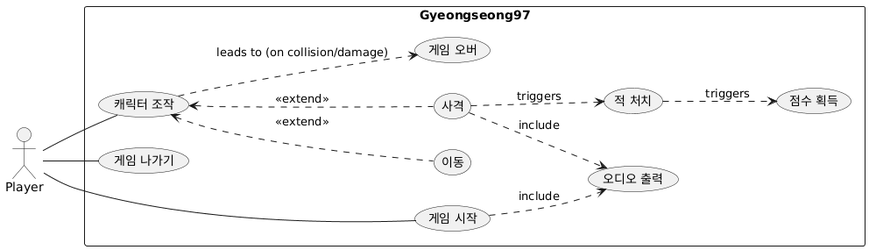
Earlier version of the PlantUML export PlantUML Use Case.png (ThunderVolt45/Gyeongseong97-develop).
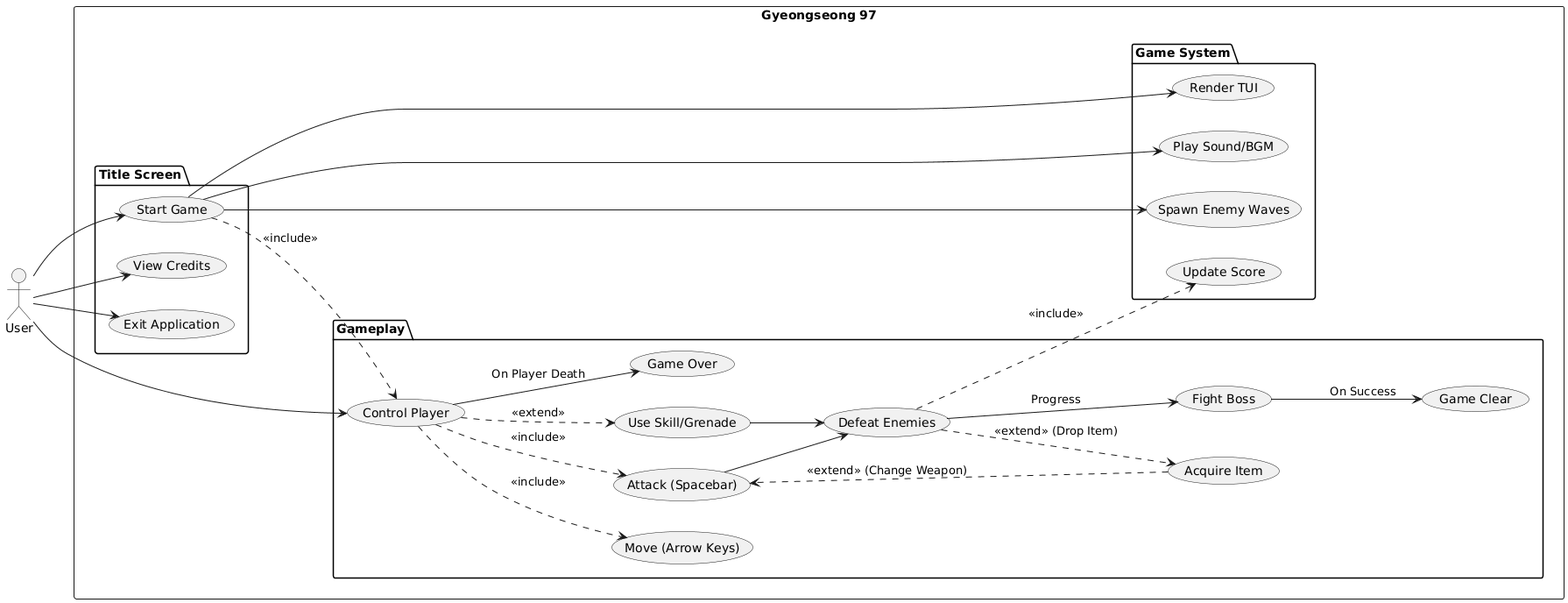
The same file after the commit.

Diff of the diagram source:
```diff
@@ -1,33 +1,59 @@
 @startuml
+left to right direction
+actor "User" as user
 
-left to right direction
+rectangle "Gyeongseong 97" {
 
-actor "Player" as player
+    package "Title Screen" {
+        usecase "Start Game" as UC_Start
+        usecase "View Credits" as UC_Credits
+        usecase "Exit Application" as UC_Exit
+    }
 
-rectangle "Gyeongseong97" {
-    usecase "게임 시작" as StartGame
-    usecase "캐릭터 조작" as Control
-    usecase "이동" as Move
-    usecase "사격" as Shoot
-    usecase "적 처치" as KillEnemy
-    usecase "점수 획득" as Score
-    usecase "게임 오버" as GameOver
-    usecase "게임 나가기" as Exit
-    usecase "오디오 출력" as Audio
+    package "Gameplay" {
+        usecase "Control Player" as UC_Control
+        usecase "Move (Arrow Keys)" as UC_Move
+        usecase "Attack (Spacebar)" as UC_Attack
+        usecase "Use Skill/Grenade" as UC_Skill
+        usecase "Acquire Item" as UC_Item
 
-    player -- StartGame
-    player -- Control
-    player -- Exit
+        usecase "Defeat Enemies" as UC_Combat
+        usecase "Fight Boss" as UC_BossBattle
 
-    Control <.. Move : <<extend>>
-    Control <.. Shoot : <<extend>>
+        usecase "Game Over" as UC_GameOver
+        usecase "Game Clear" as UC_GameClear
+    }
 
-    Shoot ..> KillEnemy : triggers
-    KillEnemy ..> Score : triggers
+    package "Game System" {
+        usecase "Spawn Enemy Waves" as UC_Spawn
+        usecase "Update Score" as UC_Score
+        usecase "Play Sound/BGM" as UC_Sound
+        usecase "Render TUI" as UC_Render
+    }
+}
 
-    Control ..> GameOver : leads to (on collision/damage)
+user --> UC_Start
+user --> UC_Credits
+user --> UC_Exit
+user --> UC_Control
 
-    StartGame ..> Audio : include
-    Shoot ..> Audio : include
-}
+UC_Start ..> UC_Control : <<include>>
+UC_Control ..> UC_Move : <<include>>
+UC_Control ..> UC_Attack : <<include>>
+UC_Control ..> UC_Skill : <<extend>>
+
+UC_Attack --> UC_Combat
+UC_Skill --> UC_Combat
+
+UC_Combat ..> UC_Score : <<include>>
+UC_Combat ..> UC_Item : <<extend>> (Drop Item)
+UC_Item ..> UC_Attack : <<extend>> (Change Weapon)
+
+UC_Combat --> UC_BossBattle : Progress
+UC_BossBattle --> UC_GameClear : On Success
+UC_Control --> UC_GameOver : On Player Death
+
+UC_Start --> UC_Spawn
+UC_Start --> UC_Sound
+UC_Start --> UC_Render
 @enduml
```
